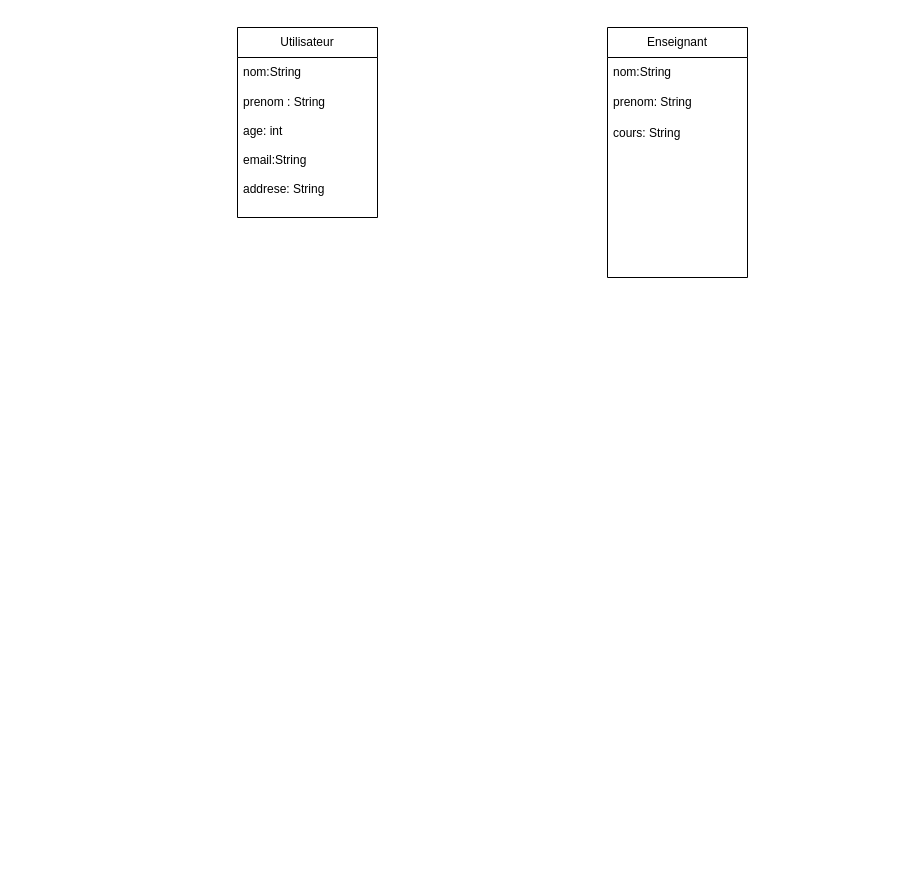
Above: diagrammes/SchollPrepar-Diagramme Entite-Relation.drawio in Enoch200725/schoolprepar (draw.io), before the change. Source tidied: cells renumbered, new cells numbered last; positions are measured from the earlier drawing's top-left corner, leaving out a move shared by most shapes. Both pictures are drawn from the tidied source at 100%, with x=0, y=0 at pixel (237, 27).
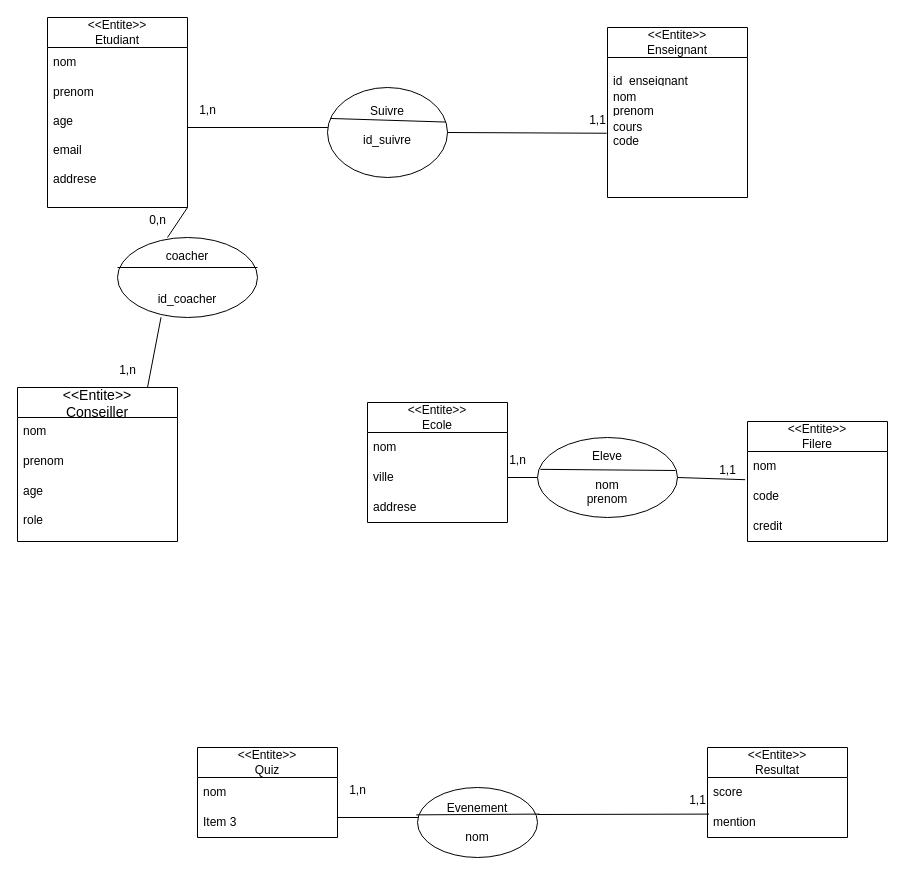
Above is the later version.

Diff of the diagram source:
```diff
@@
-    <mxCell id="2" value="Utilisateur" style="swimlane;fontStyle=0;horizontal=1;startSize=30;whiteSpace=wrap;html=1;" parent="1" vertex="1">
-      <mxGeometry width="140" height="190" as="geometry" />
+    <mxCell id="2" value="&lt;div&gt;&amp;lt;&amp;lt;Entite&amp;gt;&amp;gt;&lt;/div&gt;Etudiant" style="swimlane;fontStyle=0;horizontal=1;startSize=30;whiteSpace=wrap;html=1;" parent="1" vertex="1">
+      <mxGeometry x="-190" y="-10" width="140" height="190" as="geometry" />
     </mxCell>
-    <mxCell id="3" value="nom:String" style="text;strokeColor=none;fillColor=none;align=left;verticalAlign=middle;spacingLeft=4;spacingRight=4;overflow=hidden;whiteSpace=wrap;html=1;" parent="2" vertex="1">
+    <mxCell id="3" value="nom" style="text;strokeColor=none;fillColor=none;align=left;verticalAlign=middle;spacingLeft=4;spacingRight=4;overflow=hidden;whiteSpace=wrap;html=1;" parent="2" vertex="1">
       <mxGeometry y="30" width="140" height="30" as="geometry" />
     </mxCell>
-    <mxCell id="4" value="prenom : String" style="text;strokeColor=none;fillColor=none;align=left;verticalAlign=middle;spacingLeft=4;spacingRight=4;overflow=hidden;whiteSpace=wrap;html=1;" parent="2" vertex="1">
+    <mxCell id="4" value="prenom&amp;nbsp;" style="text;strokeColor=none;fillColor=none;align=left;verticalAlign=middle;spacingLeft=4;spacingRight=4;overflow=hidden;whiteSpace=wrap;html=1;" parent="2" vertex="1">
       <mxGeometry y="60" width="140" height="30" as="geometry" />
     </mxCell>
-    <mxCell id="5" value="age: int&lt;div&gt;&lt;br&gt;&lt;div&gt;email:String&lt;/div&gt;&lt;div&gt;&lt;br&gt;&lt;/div&gt;&lt;div&gt;addrese: String&lt;/div&gt;&lt;div&gt;&lt;br&gt;&lt;/div&gt;&lt;/div&gt;" style="text;strokeColor=none;fillColor=none;align=left;verticalAlign=middle;spacingLeft=4;spacingRight=4;overflow=hidden;whiteSpace=wrap;html=1;" parent="2" vertex="1">
+    <mxCell id="5" value="age&lt;div&gt;&lt;br&gt;&lt;div&gt;email&lt;/div&gt;&lt;div&gt;&lt;br&gt;&lt;/div&gt;&lt;div&gt;addrese&lt;/div&gt;&lt;div&gt;&lt;br&gt;&lt;/div&gt;&lt;/div&gt;" style="text;strokeColor=none;fillColor=none;align=left;verticalAlign=middle;spacingLeft=4;spacingRight=4;overflow=hidden;whiteSpace=wrap;html=1;" parent="2" vertex="1">
       <mxGeometry y="90" width="140" height="100" as="geometry" />
     </mxCell>
-    <mxCell id="6" value="Enseignant" style="swimlane;fontStyle=0;horizontal=1;startSize=30;whiteSpace=wrap;html=1;" parent="1" vertex="1">
-      <mxGeometry x="370" width="140" height="250" as="geometry" />
+    <mxCell id="6" value="&lt;div&gt;&amp;lt;&amp;lt;Entite&amp;gt;&amp;gt;&lt;/div&gt;Enseignant" style="swimlane;fontStyle=0;horizontal=1;startSize=30;whiteSpace=wrap;html=1;" parent="1" vertex="1">
+      <mxGeometry x="370" width="140" height="170" as="geometry" />
     </mxCell>
-    <mxCell id="7" value="nom:String" style="text;strokeColor=none;fillColor=none;align=left;verticalAlign=middle;spacingLeft=4;spacingRight=4;overflow=hidden;whiteSpace=wrap;html=1;" parent="6" vertex="1">
+    <mxCell id="7" value="&lt;br&gt;&lt;div&gt;id_enseignant&lt;/div&gt;&lt;div&gt;&lt;br&gt;&lt;/div&gt;" style="text;strokeColor=none;fillColor=none;align=left;verticalAlign=middle;spacingLeft=4;spacingRight=4;overflow=hidden;whiteSpace=wrap;html=1;" parent="6" vertex="1">
       <mxGeometry y="30" width="140" height="30" as="geometry" />
     </mxCell>
-    <mxCell id="8" value="prenom: String" style="text;strokeColor=none;fillColor=none;align=left;verticalAlign=middle;spacingLeft=4;spacingRight=4;overflow=hidden;whiteSpace=wrap;html=1;" parent="6" vertex="1">
+    <mxCell id="8" value="&lt;div&gt;nom&lt;/div&gt;prenom" style="text;strokeColor=none;fillColor=none;align=left;verticalAlign=middle;spacingLeft=4;spacingRight=4;overflow=hidden;whiteSpace=wrap;html=1;" parent="6" vertex="1">
       <mxGeometry y="60" width="140" height="30" as="geometry" />
     </mxCell>
-    <mxCell id="9" value="cours: String&lt;div&gt;&lt;br&gt;&lt;/div&gt;&lt;div&gt;&lt;br&gt;&lt;/div&gt;&lt;div&gt;&lt;br&gt;&lt;/div&gt;&lt;div&gt;&lt;br&gt;&lt;/div&gt;&lt;div&gt;&lt;br&gt;&lt;/div&gt;&lt;div&gt;&lt;br&gt;&lt;/div&gt;&lt;div&gt;&lt;br&gt;&lt;/div&gt;&lt;div&gt;&lt;br&gt;&lt;/div&gt;&lt;div&gt;&lt;br&gt;&lt;/div&gt;" style="text;strokeColor=none;fillColor=none;align=left;verticalAlign=middle;spacingLeft=4;spacingRight=4;overflow=hidden;points=[[0,0.5],[1,0.5]];portConstraint=eastwest;whiteSpace=wrap;html=1;" parent="6" vertex="1">
-      <mxGeometry y="90" width="140" height="160" as="geometry" />
+    <mxCell id="9" value="cours&lt;div&gt;&lt;span style=&quot;background-color: transparent; color: light-dark(rgb(0, 0, 0), rgb(255, 255, 255));&quot;&gt;code&lt;/span&gt;&lt;div&gt;&lt;div&gt;&lt;br&gt;&lt;/div&gt;&lt;div&gt;&lt;br&gt;&lt;/div&gt;&lt;div&gt;&lt;br&gt;&lt;/div&gt;&lt;div&gt;&lt;br&gt;&lt;/div&gt;&lt;div&gt;&lt;br&gt;&lt;/div&gt;&lt;div&gt;&lt;br&gt;&lt;/div&gt;&lt;div&gt;&lt;br&gt;&lt;/div&gt;&lt;div&gt;&lt;br&gt;&lt;/div&gt;&lt;div&gt;&lt;br&gt;&lt;/div&gt;&lt;/div&gt;&lt;/div&gt;" style="text;strokeColor=none;fillColor=none;align=left;verticalAlign=middle;spacingLeft=4;spacingRight=4;overflow=hidden;points=[[0,0.5],[1,0.5]];portConstraint=eastwest;whiteSpace=wrap;html=1;" parent="6" vertex="1">
+      <mxGeometry y="90" width="140" height="80" as="geometry" />
     </mxCell>
+    <mxCell id="10" style="endArrow=none;html=1;rounded=0;" parent="1" edge="1">
+      <mxGeometry relative="1" as="geometry">
+        <mxPoint x="-50" y="100" as="sourcePoint" />
+        <mxPoint x="100" y="100" as="targetPoint" />
+      </mxGeometry>
+    </mxCell>
+    <mxCell id="11" value="Suivre&lt;div&gt;&lt;br&gt;&lt;/div&gt;&lt;div&gt;id_suivre&lt;/div&gt;&lt;div&gt;&lt;br&gt;&lt;/div&gt;" style="ellipse;whiteSpace=wrap;html=1;" parent="1" vertex="1">
+      <mxGeometry x="90" y="60" width="120" height="90" as="geometry" />
+    </mxCell>
+    <mxCell id="12" style="endArrow=none;html=1;rounded=0;entryX=-0.006;entryY=0.197;entryDx=0;entryDy=0;entryPerimeter=0;exitX=1;exitY=0.5;exitDx=0;exitDy=0;" parent="1" edge="1" source="11" target="9">
+      <mxGeometry relative="1" as="geometry" />
+    </mxCell>
+    <mxCell id="13" value="&lt;&lt;Entite&gt;&gt;&#10;Conseiller" style="swimlane;fontStyle=0;horizontal=1;startSize=30;align=center;fontSize=14;" parent="1" vertex="1">
+      <mxGeometry x="-220" y="360" width="160" height="154" as="geometry" />
+    </mxCell>
+    <mxCell id="14" value="nom" style="text;strokeColor=none;fillColor=none;spacingLeft=4;spacingRight=4;overflow=hidden;fontSize=12;whiteSpace=wrap;html=1;" parent="13" vertex="1">
+      <mxGeometry y="30" width="160" height="30" as="geometry" />
+    </mxCell>
+    <mxCell id="15" value="prenom" style="text;strokeColor=none;fillColor=none;spacingLeft=4;spacingRight=4;overflow=hidden;fontSize=12;whiteSpace=wrap;html=1;" parent="13" vertex="1">
+      <mxGeometry y="60" width="160" height="30" as="geometry" />
+    </mxCell>
+    <mxCell id="16" value="age&lt;div&gt;&lt;br&gt;&lt;/div&gt;&lt;div&gt;role&lt;br&gt;&lt;div&gt;&lt;br&gt;&lt;/div&gt;&lt;/div&gt;" style="text;strokeColor=none;fillColor=none;spacingLeft=4;spacingRight=4;overflow=hidden;fontSize=12;whiteSpace=wrap;html=1;" parent="13" vertex="1">
+      <mxGeometry y="90" width="160" height="64" as="geometry" />
+    </mxCell>
+    <mxCell id="17" style="endArrow=none;html=1;rounded=0;entryX=0.311;entryY=0.997;entryDx=0;entryDy=0;entryPerimeter=0;" parent="1" edge="1" target="18">
+      <mxGeometry relative="1" as="geometry">
+        <mxPoint x="-90" y="360" as="sourcePoint" />
+      </mxGeometry>
+    </mxCell>
+    <mxCell id="18" value="coacher&lt;div&gt;&lt;br&gt;&lt;/div&gt;&lt;div&gt;&lt;br&gt;&lt;/div&gt;&lt;div&gt;id_coacher&lt;/div&gt;" style="ellipse;whiteSpace=wrap;html=1;" parent="1" vertex="1">
+      <mxGeometry x="-120" y="210" width="140" height="80" as="geometry" />
+    </mxCell>
+    <mxCell id="19" style="endArrow=none;html=1;rounded=0;entryX=0.357;entryY=0;entryDx=0;entryDy=0;entryPerimeter=0;" parent="1" edge="1" target="18">
+      <mxGeometry relative="1" as="geometry">
+        <mxPoint x="-50" y="180" as="sourcePoint" />
+      </mxGeometry>
+    </mxCell>
+    <mxCell id="20" style="endArrow=none;html=1;rounded=0;entryX=1;entryY=0.375;entryDx=0;entryDy=0;entryPerimeter=0;exitX=0;exitY=0.375;exitDx=0;exitDy=0;exitPerimeter=0;" parent="1" edge="1" source="18" target="18">
+      <mxGeometry relative="1" as="geometry" />
+    </mxCell>
+    <mxCell id="21" style="endArrow=none;html=1;rounded=0;exitX=0.023;exitY=0.344;exitDx=0;exitDy=0;exitPerimeter=0;entryX=0.987;entryY=0.384;entryDx=0;entryDy=0;entryPerimeter=0;" parent="1" edge="1" source="11" target="11">
+      <mxGeometry relative="1" as="geometry" />
+    </mxCell>
+    <mxCell id="22" value="1,n" style="text;html=1;align=center;verticalAlign=middle;strokeColor=none;fillColor=none;" parent="1" vertex="1">
+      <mxGeometry x="-50" y="68" width="40" height="30" as="geometry" />
+    </mxCell>
+    <mxCell id="23" value="1,1" style="text;html=1;align=center;verticalAlign=middle;strokeColor=none;fillColor=none;" parent="1" vertex="1">
+      <mxGeometry x="340" y="78" width="40" height="30" as="geometry" />
+    </mxCell>
+    <mxCell id="24" value="0,n" style="text;html=1;align=center;verticalAlign=middle;strokeColor=none;fillColor=none;" parent="1" vertex="1">
+      <mxGeometry x="-100" y="178" width="40" height="30" as="geometry" />
+    </mxCell>
+    <mxCell id="25" value="1,n" style="text;html=1;align=center;verticalAlign=middle;strokeColor=none;fillColor=none;" parent="1" vertex="1">
+      <mxGeometry x="-130" y="328" width="40" height="30" as="geometry" />
+    </mxCell>
+    <mxCell id="26" value="&amp;lt;&amp;lt;Entite&amp;gt;&amp;gt;&lt;div&gt;Ecole&lt;/div&gt;" style="swimlane;fontStyle=0;horizontal=1;startSize=30;whiteSpace=wrap;html=1;" parent="1" vertex="1">
+      <mxGeometry x="130" y="375" width="140" height="120" as="geometry" />
+    </mxCell>
+    <mxCell id="27" value="nom" style="text;strokeColor=none;fillColor=none;align=left;verticalAlign=middle;spacingLeft=4;spacingRight=4;overflow=hidden;whiteSpace=wrap;html=1;" parent="26" vertex="1">
+      <mxGeometry y="30" width="140" height="30" as="geometry" />
+    </mxCell>
+    <mxCell id="28" value="ville" style="text;strokeColor=none;fillColor=none;align=left;verticalAlign=middle;spacingLeft=4;spacingRight=4;overflow=hidden;whiteSpace=wrap;html=1;" parent="26" vertex="1">
+      <mxGeometry y="60" width="140" height="30" as="geometry" />
+    </mxCell>
+    <mxCell id="29" value="addrese" style="text;strokeColor=none;fillColor=none;align=left;verticalAlign=middle;spacingLeft=4;spacingRight=4;overflow=hidden;whiteSpace=wrap;html=1;" parent="26" vertex="1">
+      <mxGeometry y="90" width="140" height="30" as="geometry" />
+    </mxCell>
+    <mxCell id="30" value="&amp;lt;&amp;lt;Entite&amp;gt;&amp;gt;&lt;div&gt;Filere&lt;/div&gt;" style="swimlane;fontStyle=0;horizontal=1;startSize=30;whiteSpace=wrap;html=1;" parent="1" vertex="1">
+      <mxGeometry x="510" y="394" width="140" height="120" as="geometry" />
+    </mxCell>
+    <mxCell id="31" value="nom" style="text;strokeColor=none;fillColor=none;align=left;verticalAlign=middle;spacingLeft=4;spacingRight=4;overflow=hidden;points=[[0,0.5],[1,0.5]];portConstraint=eastwest;whiteSpace=wrap;html=1;" parent="30" vertex="1">
+      <mxGeometry y="30" width="140" height="30" as="geometry" />
+    </mxCell>
+    <mxCell id="32" value="code" style="text;strokeColor=none;fillColor=none;align=left;verticalAlign=middle;spacingLeft=4;spacingRight=4;overflow=hidden;whiteSpace=wrap;html=1;" parent="30" vertex="1">
+      <mxGeometry y="60" width="140" height="30" as="geometry" />
+    </mxCell>
+    <mxCell id="33" value="credit" style="text;strokeColor=none;fillColor=none;align=left;verticalAlign=middle;spacingLeft=4;spacingRight=4;overflow=hidden;whiteSpace=wrap;html=1;" parent="30" vertex="1">
+      <mxGeometry y="90" width="140" height="30" as="geometry" />
+    </mxCell>
+    <mxCell id="34" style="endArrow=none;html=1;rounded=0;" parent="1" edge="1">
+      <mxGeometry relative="1" as="geometry">
+        <mxPoint x="270" y="450" as="sourcePoint" />
+        <mxPoint x="320" y="450" as="targetPoint" />
+      </mxGeometry>
+    </mxCell>
+    <mxCell id="35" value="Eleve&lt;div&gt;&lt;br&gt;&lt;/div&gt;&lt;div&gt;nom&lt;/div&gt;&lt;div&gt;prenom&lt;/div&gt;" style="ellipse;whiteSpace=wrap;html=1;" parent="1" vertex="1">
+      <mxGeometry x="300" y="410" width="140" height="80" as="geometry" />
+    </mxCell>
+    <mxCell id="36" style="endArrow=none;html=1;rounded=0;entryX=-0.017;entryY=0.94;entryDx=0;entryDy=0;entryPerimeter=0;" parent="1" edge="1" target="31">
+      <mxGeometry relative="1" as="geometry">
+        <mxPoint x="440" y="450" as="sourcePoint" />
+      </mxGeometry>
+    </mxCell>
+    <mxCell id="37" style="endArrow=none;html=1;rounded=0;exitX=0.02;exitY=0.398;exitDx=0;exitDy=0;exitPerimeter=0;" parent="1" edge="1" source="35">
+      <mxGeometry relative="1" as="geometry">
+        <mxPoint x="438" y="443" as="targetPoint" />
+      </mxGeometry>
+    </mxCell>
+    <mxCell id="38" value="1,n" style="text;html=1;align=center;verticalAlign=middle;strokeColor=none;fillColor=none;" parent="1" vertex="1">
+      <mxGeometry x="260" y="418" width="40" height="30" as="geometry" />
+    </mxCell>
+    <mxCell id="39" value="1,1" style="text;html=1;align=center;verticalAlign=middle;strokeColor=none;fillColor=none;" parent="1" vertex="1">
+      <mxGeometry x="470" y="428" width="40" height="30" as="geometry" />
+    </mxCell>
+    <mxCell id="40" value="&amp;lt;&amp;lt;Entite&amp;gt;&amp;gt;&lt;div&gt;Quiz&lt;/div&gt;" style="swimlane;fontStyle=0;horizontal=1;startSize=30;whiteSpace=wrap;html=1;" parent="1" vertex="1">
+      <mxGeometry x="-40" y="720" width="140" height="90" as="geometry" />
+    </mxCell>
+    <mxCell id="41" value="nom" style="text;strokeColor=none;fillColor=none;align=left;verticalAlign=middle;spacingLeft=4;spacingRight=4;overflow=hidden;whiteSpace=wrap;html=1;" parent="40" vertex="1">
+      <mxGeometry y="30" width="140" height="30" as="geometry" />
+    </mxCell>
+    <mxCell id="42" value="Item 3" style="text;strokeColor=none;fillColor=none;align=left;verticalAlign=middle;spacingLeft=4;spacingRight=4;overflow=hidden;whiteSpace=wrap;html=1;" parent="40" vertex="1">
+      <mxGeometry y="60" width="140" height="30" as="geometry" />
+    </mxCell>
+    <mxCell id="43" value="&amp;lt;&amp;lt;Entite&amp;gt;&amp;gt;&lt;div&gt;Resultat&lt;/div&gt;" style="swimlane;fontStyle=0;horizontal=1;startSize=30;whiteSpace=wrap;html=1;" parent="1" vertex="1">
+      <mxGeometry x="470" y="720" width="140" height="90" as="geometry" />
+    </mxCell>
+    <mxCell id="44" value="score" style="text;strokeColor=none;fillColor=none;align=left;verticalAlign=middle;spacingLeft=4;spacingRight=4;overflow=hidden;whiteSpace=wrap;html=1;" parent="43" vertex="1">
+      <mxGeometry y="30" width="140" height="30" as="geometry" />
+    </mxCell>
+    <mxCell id="45" value="mention" style="text;strokeColor=none;fillColor=none;align=left;verticalAlign=middle;spacingLeft=4;spacingRight=4;overflow=hidden;points=[[0,0.5],[1,0.5]];portConstraint=eastwest;whiteSpace=wrap;html=1;" parent="43" vertex="1">
+      <mxGeometry y="60" width="140" height="30" as="geometry" />
+    </mxCell>
+    <mxCell id="46" style="endArrow=none;html=1;rounded=0;" parent="1" edge="1">
+      <mxGeometry relative="1" as="geometry">
+        <mxPoint x="100" y="790" as="sourcePoint" />
+        <mxPoint x="210" y="790" as="targetPoint" />
+      </mxGeometry>
+    </mxCell>
+    <mxCell id="47" value="Evenement&lt;div&gt;&lt;br&gt;&lt;/div&gt;&lt;div&gt;nom&lt;/div&gt;" style="ellipse;whiteSpace=wrap;html=1;" parent="1" vertex="1">
+      <mxGeometry x="180" y="760" width="120" height="70" as="geometry" />
+    </mxCell>
+    <mxCell id="48" style="endArrow=none;html=1;rounded=0;entryX=0.011;entryY=0.22;entryDx=0;entryDy=0;entryPerimeter=0;" parent="1" edge="1" target="45">
+      <mxGeometry relative="1" as="geometry">
+        <mxPoint x="300" y="787" as="sourcePoint" />
+      </mxGeometry>
+    </mxCell>
+    <mxCell id="49" style="endArrow=none;html=1;rounded=0;entryX=1.017;entryY=0.38;entryDx=0;entryDy=0;exitX=-0.01;exitY=0.391;exitDx=0;exitDy=0;exitPerimeter=0;entryPerimeter=0;" parent="1" edge="1" source="47" target="47">
+      <mxGeometry relative="1" as="geometry" />
+    </mxCell>
+    <mxCell id="50" value="1,n" style="text;html=1;align=center;verticalAlign=middle;strokeColor=none;fillColor=none;" parent="1" vertex="1">
+      <mxGeometry x="100" y="748" width="40" height="30" as="geometry" />
+    </mxCell>
+    <mxCell id="51" value="1,1" style="text;html=1;align=center;verticalAlign=middle;strokeColor=none;fillColor=none;" parent="1" vertex="1">
+      <mxGeometry x="440" y="758" width="40" height="30" as="geometry" />
+    </mxCell>
```
